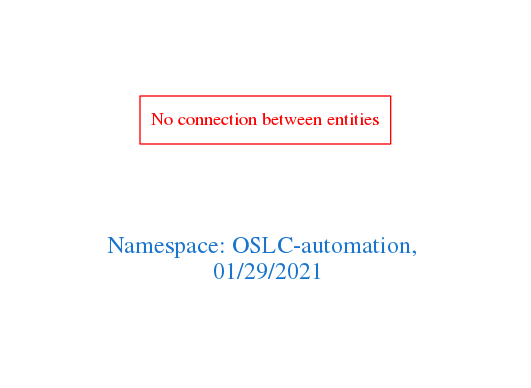
Earlier version of the Graphviz export downloads/OSLC-automation.png (arago/OGIT). Its source is kept beside it as downloads/OSLC-automation.dot.
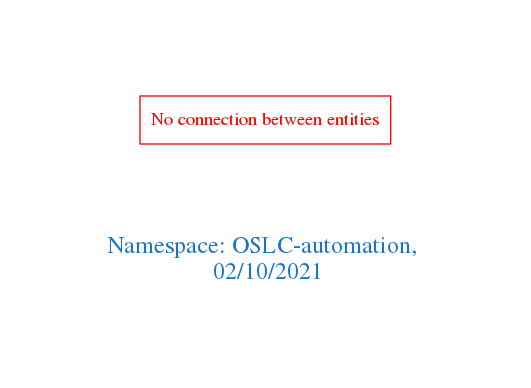
After the change.

Change to the diagram source:
```diff
@@ -1,7 +1,7 @@
 digraph OGIT_ontology {
  graph [ rankdir= LR,pad=1
 fontsize = 18,
-fontcolor= dodgerblue3,label = "\n\n\nNamespace: OSLC-automation, \n 01/29/2021"];
+fontcolor= dodgerblue3,label = "\n\n\nNamespace: OSLC-automation, \n 02/10/2021"];
 node[shape=polygon];
 edge [  color="gray81"];
 
```
